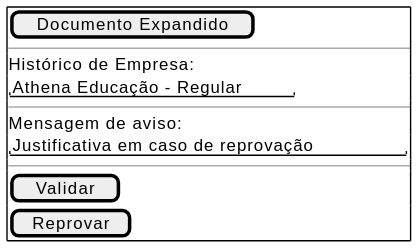
The PlantUML diagram docs/assets/Diagramas/out/avaliacao_secretaria.svg in Projetos-de-Extensao/PBE_26.1_8002_III, before a commit. Its diagram source:
```plantuml
@startsalt
{+
[ Documento Expandido ]
--
Histórico de Empresa:
"Athena Educação - Regular"
--
Mensagem de aviso:
"Justificativa em caso de reprovação"
--
[ Validar ]
[ Reprovar ]
}
@endsalt
```
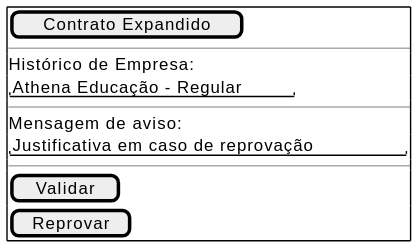
After the change.

Diff of the diagram source:
```diff
@@ -1,6 +1,6 @@
 @startsalt
 {+
-[ Documento Expandido ]
+[ Contrato Expandido ]
 --
 Histórico de Empresa:
 "Athena Educação - Regular"
```
